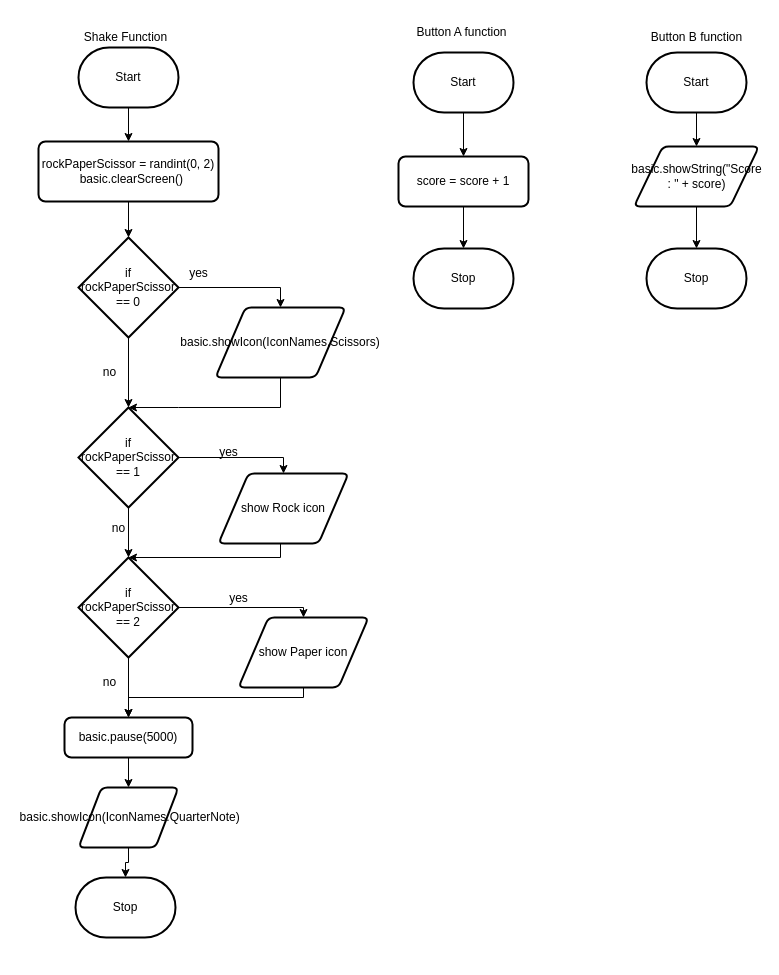
Earlier version of the draw.io diagram design/flowchart.drawio (MTHS-TEJ2O-1-2023/TEJ2O-Unit-2-09-Liya-Getachew). Source tidied: cells renumbered, new cells numbered last; positions are measured from the earlier drawing's top-left corner, leaving out a move shared by most shapes. Both pictures are drawn from the tidied source at 100%, with x=0, y=0 at pixel (38, 17).
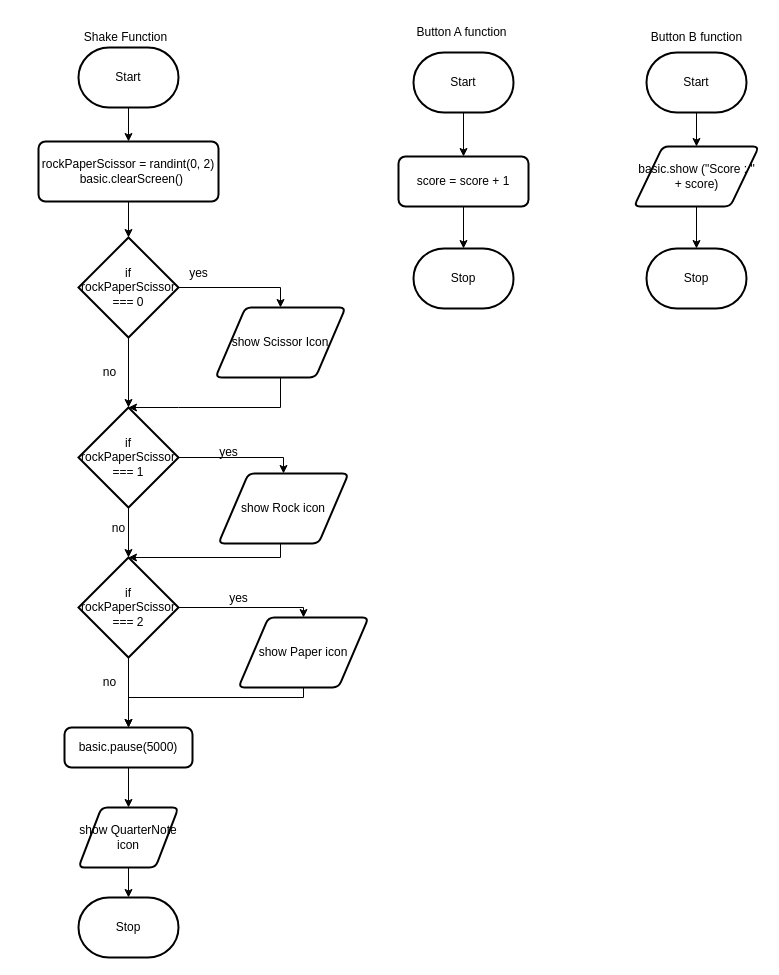
The same diagram, later.

The edit, as a diff of the source:
```diff
@@
-    <mxCell id="15" value="basic.showString(&quot;Score : &quot; + score)" style="shape=parallelogram;html=1;strokeWidth=2;perimeter=parallelogramPerimeter;whiteSpace=wrap;rounded=1;arcSize=12;size=0.23;" parent="1" vertex="1">
+    <mxCell id="15" value="basic.show (&quot;Score : &quot; + score)" style="shape=parallelogram;html=1;strokeWidth=2;perimeter=parallelogramPerimeter;whiteSpace=wrap;rounded=1;arcSize=12;size=0.23;" parent="1" vertex="1">
       <mxGeometry x="595.5" y="129" width="125" height="60" as="geometry" />
     </mxCell>
@@
-    <mxCell id="19" value="if rockPaperScissor == 0" style="strokeWidth=2;html=1;shape=mxgraph.flowchart.decision;whiteSpace=wrap;" parent="1" vertex="1">
+    <mxCell id="19" value="if rockPaperScissor === 0" style="strokeWidth=2;html=1;shape=mxgraph.flowchart.decision;whiteSpace=wrap;" parent="1" vertex="1">
       <mxGeometry x="40" y="220" width="100" height="100" as="geometry" />
     </mxCell>
@@
-    <mxCell id="22" value="if rockPaperScissor == 1" style="strokeWidth=2;html=1;shape=mxgraph.flowchart.decision;whiteSpace=wrap;" parent="1" vertex="1">
+    <mxCell id="22" value="if rockPaperScissor === 1" style="strokeWidth=2;html=1;shape=mxgraph.flowchart.decision;whiteSpace=wrap;" parent="1" vertex="1">
       <mxGeometry x="40" y="390" width="100" height="100" as="geometry" />
     </mxCell>
@@
-    <mxCell id="25" value="if rockPaperScissor == 2" style="strokeWidth=2;html=1;shape=mxgraph.flowchart.decision;whiteSpace=wrap;" parent="1" vertex="1">
+    <mxCell id="25" value="if rockPaperScissor === 2" style="strokeWidth=2;html=1;shape=mxgraph.flowchart.decision;whiteSpace=wrap;" parent="1" vertex="1">
       <mxGeometry x="40" y="540" width="100" height="100" as="geometry" />
     </mxCell>
@@
-    <mxCell id="29" value="basic.showIcon(IconNames.Scissors)" style="shape=parallelogram;html=1;strokeWidth=2;perimeter=parallelogramPerimeter;whiteSpace=wrap;rounded=1;arcSize=12;size=0.23;" parent="1" vertex="1">
+    <mxCell id="29" value="show Scissor Icon" style="shape=parallelogram;html=1;strokeWidth=2;perimeter=parallelogramPerimeter;whiteSpace=wrap;rounded=1;arcSize=12;size=0.23;" parent="1" vertex="1">
       <mxGeometry x="177" y="290" width="130" height="70" as="geometry" />
     </mxCell>
@@
-    <mxCell id="37" value="&lt;div&gt;&lt;span style=&quot;background-color: initial;&quot;&gt;&amp;nbsp;basic.showIcon(IconNames.QuarterNote)&lt;/span&gt;&lt;br&gt;&lt;/div&gt;" style="shape=parallelogram;html=1;strokeWidth=2;perimeter=parallelogramPerimeter;whiteSpace=wrap;rounded=1;arcSize=12;size=0.23;" parent="1" vertex="1">
-      <mxGeometry x="40" y="770" width="100" height="60" as="geometry" />
+    <mxCell id="37" value="&lt;div&gt;&lt;span style=&quot;background-color: initial;&quot;&gt;show QuarterNote icon&lt;/span&gt;&lt;br&gt;&lt;/div&gt;" style="shape=parallelogram;html=1;strokeWidth=2;perimeter=parallelogramPerimeter;whiteSpace=wrap;rounded=1;arcSize=12;size=0.23;" parent="1" vertex="1">
+      <mxGeometry x="40" y="790" width="100" height="60" as="geometry" />
     </mxCell>
@@
     <mxCell id="43" value="basic.pause(5000)" style="rounded=1;whiteSpace=wrap;html=1;absoluteArcSize=1;arcSize=14;strokeWidth=2;" parent="1" vertex="1">
-      <mxGeometry x="26" y="700" width="128" height="40" as="geometry" />
+      <mxGeometry x="26" y="710" width="128" height="40" as="geometry" />
     </mxCell>
     <mxCell id="44" value="Stop" style="strokeWidth=2;html=1;shape=mxgraph.flowchart.terminator;whiteSpace=wrap;" parent="1" vertex="1">
-      <mxGeometry x="37" y="860" width="100" height="60" as="geometry" />
+      <mxGeometry x="40" y="880" width="100" height="60" as="geometry" />
     </mxCell>
```
